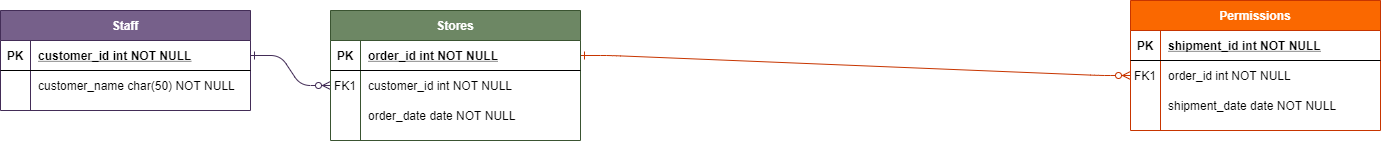
Earlier version of the draw.io export RestaSoft Diagram.png (RestaSoft/ERM-RestaSoft). Source tidied: cells renumbered, new cells last; positions are measured from the earlier drawing's top-left corner, leaving out a move shared by most shapes.
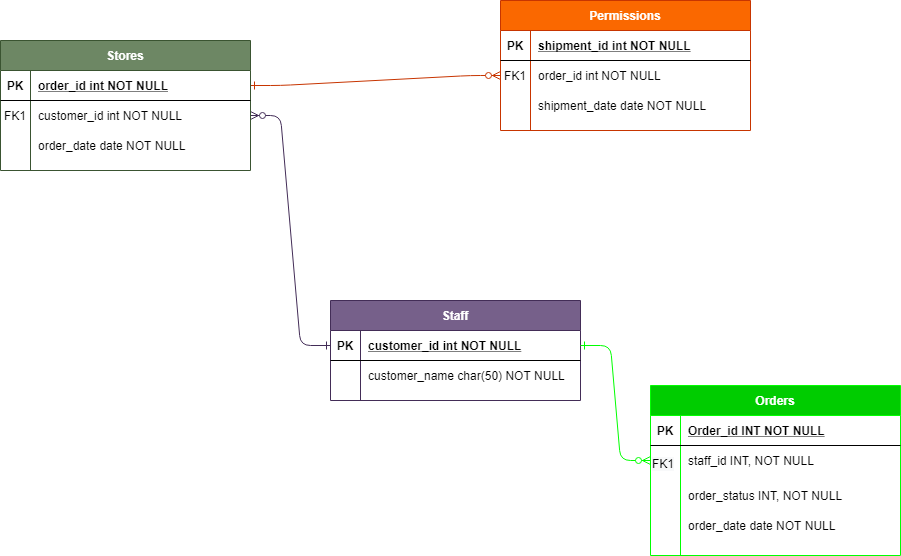
The same diagram one commit later.

Diff of the diagram source:
```diff
@@ -39,7 +39,7 @@
       <mxGeometry x="30" width="220" height="30" as="geometry" />
     </mxCell>
     <mxCell id="14" value="Permissions" style="shape=table;startSize=30;rowLines=0;fontStyle=1;align=center;fillColor=#fa6800;strokeColor=#C73500;fontColor=#ffffff;" parent="1" vertex="1">
-      <mxGeometry x="1130" width="250" height="130" as="geometry" />
+      <mxGeometry x="830" y="-30" width="250" height="130" as="geometry" />
     </mxCell>
     <mxCell id="15" style="shape=partialRectangle;fillColor=none;top=0;left=0;right=0;bottom=1;" parent="14" vertex="1">
       <mxGeometry y="30" width="250" height="30" as="geometry" />
@@ -69,7 +69,7 @@
       <mxGeometry x="30" width="220" height="30" as="geometry" />
     </mxCell>
     <mxCell id="24" value="Staff" style="shape=table;startSize=30;rowLines=0;fontStyle=1;align=center;fillColor=#76608a;strokeColor=#432D57;fontColor=#ffffff;" parent="1" vertex="1">
-      <mxGeometry y="10" width="250" height="100" as="geometry" />
+      <mxGeometry x="660" y="270" width="250" height="100" as="geometry" />
     </mxCell>
     <mxCell id="25" style="shape=partialRectangle;fillColor=none;points=[[0,0.5],[1,0.5]];portConstraint=eastwest;top=0;left=0;right=0;bottom=1;" parent="24" vertex="1">
       <mxGeometry y="30" width="250" height="30" as="geometry" />
@@ -89,5 +89,55 @@
     <mxCell id="30" value="customer_name char(50) NOT NULL" style="shape=partialRectangle;overflow=hidden;fillColor=none;top=0;left=0;bottom=0;right=0;align=left;spacingLeft=6;" parent="28" vertex="1">
       <mxGeometry x="30" width="220" height="30" as="geometry" />
     </mxCell>
+    <mxCell id="31" style="group;" parent="1" vertex="1">
+      <mxGeometry x="980" y="355" width="250" height="170" as="geometry" />
+    </mxCell>
+    <mxCell id="32" value="Orders" style="shape=table;startSize=30;rowLines=0;fontStyle=1;align=center;fontColor=#ffffff;fillColor=#00CC00;strokeColor=#00FF00;" parent="31" vertex="1">
+      <mxGeometry width="250" height="170" as="geometry" />
+    </mxCell>
+    <mxCell id="33" style="shape=partialRectangle;fillColor=none;top=0;left=0;right=0;bottom=1;" parent="32" vertex="1">
+      <mxGeometry y="30" width="250" height="30" as="geometry" />
+    </mxCell>
+    <mxCell id="34" value="PK" style="shape=partialRectangle;overflow=hidden;fillColor=none;top=0;left=0;bottom=0;right=0;fontStyle=1;" parent="33" vertex="1">
+      <mxGeometry width="30" height="30" as="geometry" />
+    </mxCell>
+    <mxCell id="35" value="Order_id INT NOT NULL" style="shape=partialRectangle;overflow=hidden;fillColor=none;top=0;left=0;bottom=0;right=0;align=left;spacingLeft=6;fontStyle=5;" parent="33" vertex="1">
+      <mxGeometry x="30" width="220" height="30" as="geometry" />
+    </mxCell>
+    <mxCell id="36" style="shape=partialRectangle;fillColor=none;top=0;left=0;right=0;bottom=0;" parent="32" vertex="1">
+      <mxGeometry y="60" width="250" height="30" as="geometry" />
+    </mxCell>
+    <mxCell id="37" style="shape=partialRectangle;overflow=hidden;fillColor=none;top=0;left=0;bottom=0;right=0;" parent="36" vertex="1">
+      <mxGeometry width="30" height="30" as="geometry" />
+    </mxCell>
+    <mxCell id="38" value="staff_id INT, NOT NULL" style="shape=partialRectangle;overflow=hidden;fillColor=none;top=0;left=0;bottom=0;right=0;align=left;spacingLeft=6;" parent="36" vertex="1">
+      <mxGeometry x="30" width="220" height="30" as="geometry" />
+    </mxCell>
+    <mxCell id="39" style="shape=partialRectangle;fillColor=none;top=0;left=0;right=0;bottom=0;" parent="31" vertex="1">
+      <mxGeometry y="95" width="250" height="30" as="geometry" />
+    </mxCell>
+    <mxCell id="40" style="shape=partialRectangle;overflow=hidden;fillColor=none;top=0;left=0;bottom=0;right=0;" parent="39" vertex="1">
+      <mxGeometry width="30" height="30" as="geometry" />
+    </mxCell>
+    <mxCell id="41" value="order_status INT, NOT NULL" style="shape=partialRectangle;overflow=hidden;fillColor=none;top=0;left=0;bottom=0;right=0;align=left;spacingLeft=6;" parent="39" vertex="1">
+      <mxGeometry x="30" width="220" height="30" as="geometry" />
+    </mxCell>
+    <mxCell id="42" style="shape=partialRectangle;fillColor=none;top=0;left=0;right=0;bottom=0;" parent="31" vertex="1">
+      <mxGeometry y="125" width="250" height="30" as="geometry" />
+    </mxCell>
+    <mxCell id="43" style="shape=partialRectangle;overflow=hidden;fillColor=none;top=0;left=0;bottom=0;right=0;" parent="42" vertex="1">
+      <mxGeometry width="30" height="30" as="geometry" />
+    </mxCell>
+    <mxCell id="44" value="order_date date NOT NULL" style="shape=partialRectangle;overflow=hidden;fillColor=none;top=0;left=0;bottom=0;right=0;align=left;spacingLeft=6;" parent="42" vertex="1">
+      <mxGeometry x="30" width="220" height="30" as="geometry" />
+    </mxCell>
+    <mxCell id="45" value="&lt;span style=&quot;color: rgb(0 , 0 , 0) ; font-family: &amp;#34;helvetica&amp;#34; ; font-size: 12px ; font-style: normal ; letter-spacing: normal ; text-align: center ; text-indent: 0px ; text-transform: none ; word-spacing: 0px ; background-color: rgb(248 , 249 , 250) ; display: inline ; float: none&quot;&gt;FK1&lt;/span&gt;" style="text;whiteSpace=wrap;html=1;" parent="31" vertex="1">
+      <mxGeometry y="65" width="50" height="40" as="geometry" />
+    </mxCell>
+    <mxCell id="46" style="edgeStyle=entityRelationEdgeStyle;endArrow=ERzeroToMany;startArrow=ERone;endFill=1;startFill=0;fillColor=#76608a;exitX=1;exitY=0.5;exitDx=0;exitDy=0;strokeColor=#00FF00;" parent="1" edge="1" source="25">
+      <mxGeometry relative="1" as="geometry">
+        <mxPoint x="980" y="430" as="targetPoint" />
+      </mxGeometry>
+    </mxCell>
   </root>
 </mxGraphModel>
```
